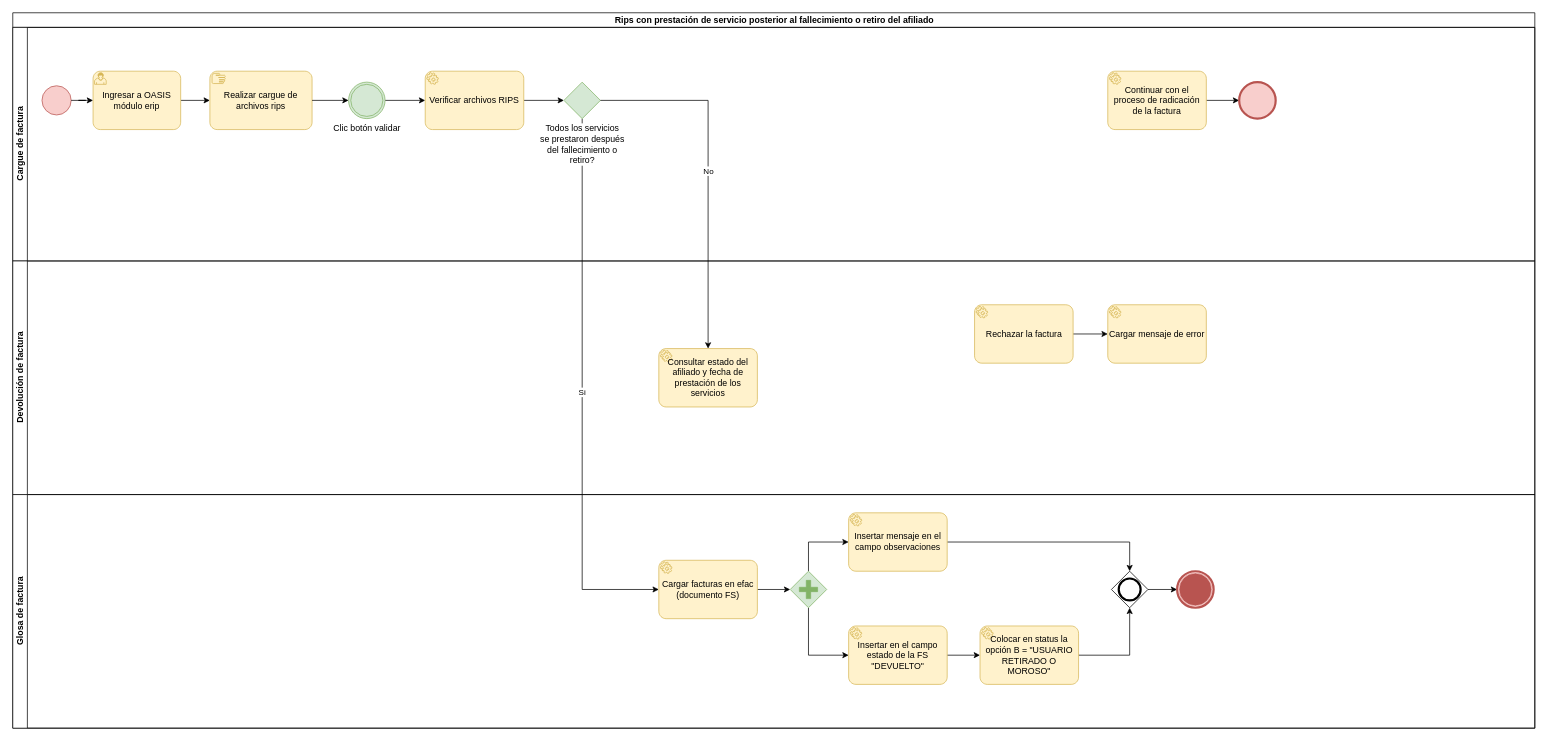
The draw.io diagram RIPS con fecha de prestación dentro de 3 años.drawio in kevinjporto/Diagramas-de-procesos, before the edit. Source tidied: cells renumbered, new cells numbered last; positions are measured from the earlier drawing's top-left corner, leaving out a move shared by most shapes. Both pictures are drawn from the tidied source at 73%, with x=0, y=0 at pixel (12, 12).
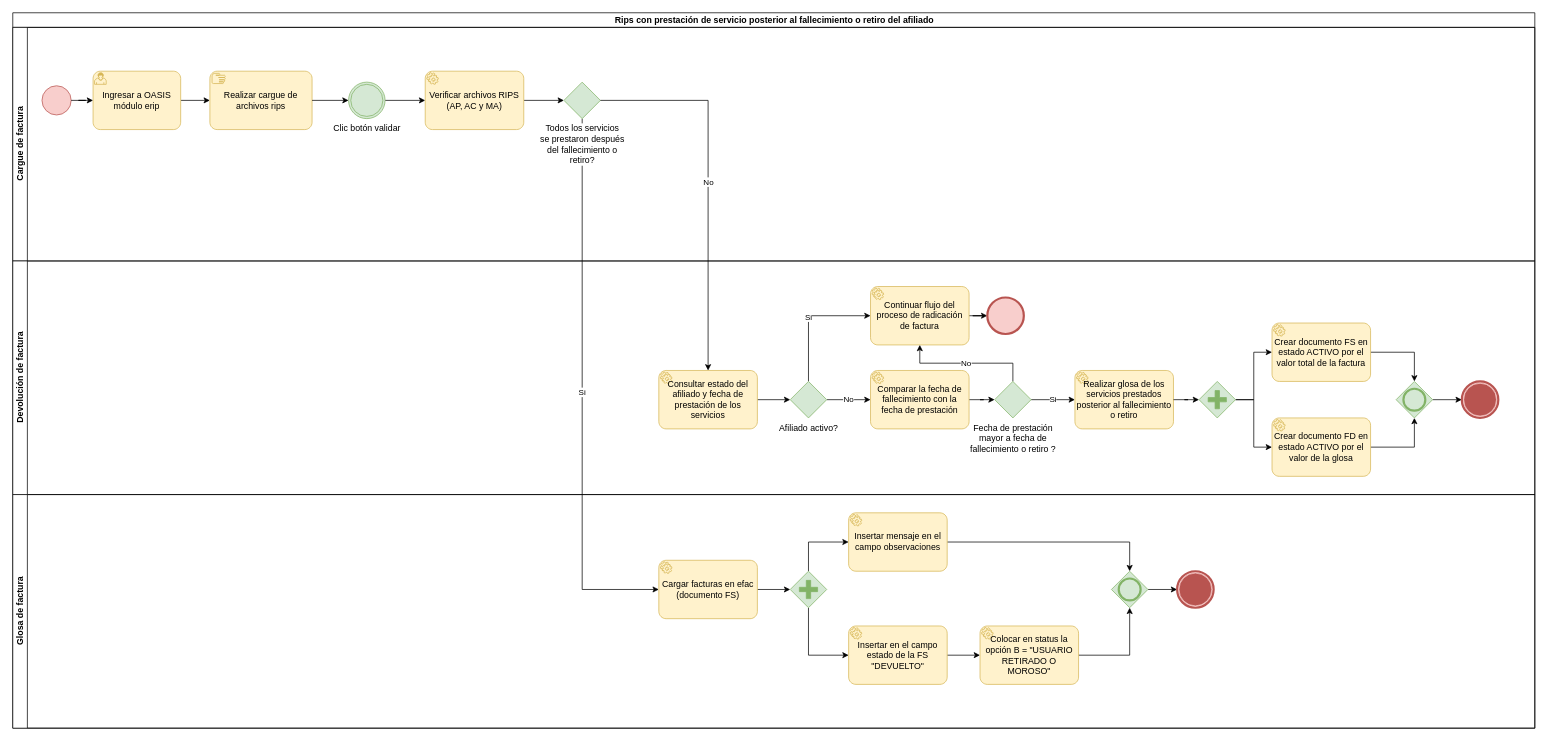
The same diagram, later.

The change refers to these unchanged cells:
```xml
<mxCell id="4" value="Cargue de factura" style="swimlane;startSize=20;horizontal=0;html=1;" parent="2" vertex="1">
  <mxGeometry y="20" width="2085" height="320" as="geometry" />
</mxCell>
<mxCell id="19" value="Devolución de factura" style="swimlane;startSize=20;horizontal=0;html=1;" parent="2" vertex="1">
  <mxGeometry y="340" width="2085" height="320" as="geometry" />
</mxCell>
<mxCell id="24" value="Glosa de factura" style="swimlane;startSize=20;horizontal=0;html=1;" parent="2" vertex="1">
  <mxGeometry y="660" width="2085" height="320" as="geometry" />
</mxCell>
```

Diff of the diagram source:
```diff
@@
-    <mxCell id="14" value="Verificar archivos RIPS" style="points=[[0.25,0,0],[0.5,0,0],[0.75,0,0],[1,0.25,0],[1,0.5,0],[1,0.75,0],[0.75,1,0],[0.5,1,0],[0.25,1,0],[0,0.75,0],[0,0.5,0],[0,0.25,0]];shape=mxgraph.bpmn.task;whiteSpace=wrap;rectStyle=rounded;size=10;html=1;taskMarker=service;fillColor=#fff2cc;strokeColor=#d6b656;" parent="4" vertex="1">
+    <mxCell id="14" value="Verificar archivos RIPS (AP, AC y MA)" style="points=[[0.25,0,0],[0.5,0,0],[0.75,0,0],[1,0.25,0],[1,0.5,0],[1,0.75,0],[0.75,1,0],[0.5,1,0],[0.25,1,0],[0,0.75,0],[0,0.5,0],[0,0.25,0]];shape=mxgraph.bpmn.task;whiteSpace=wrap;rectStyle=rounded;size=10;html=1;taskMarker=service;fillColor=#fff2cc;strokeColor=#d6b656;" parent="4" vertex="1">
       <mxGeometry x="565" y="60" width="135" height="80" as="geometry" />
     </mxCell>
-    <mxCell id="15" style="edgeStyle=orthogonalEdgeStyle;rounded=0;jettySize=auto;html=1;" parent="4" edge="1" source="16" target="17">
-      <mxGeometry relative="1" as="geometry" />
-    </mxCell>
-    <mxCell id="16" value="Continuar con el proceso de radicación de la factura" style="points=[[0.25,0,0],[0.5,0,0],[0.75,0,0],[1,0.25,0],[1,0.5,0],[1,0.75,0],[0.75,1,0],[0.5,1,0],[0.25,1,0],[0,0.75,0],[0,0.5,0],[0,0.25,0]];shape=mxgraph.bpmn.task;whiteSpace=wrap;rectStyle=rounded;size=10;html=1;taskMarker=service;fillColor=#fff2cc;strokeColor=#d6b656;" parent="4" vertex="1">
-      <mxGeometry x="1500" y="60" width="135" height="80" as="geometry" />
-    </mxCell>
-    <mxCell id="17" style="points=[[0.145,0.145,0],[0.5,0,0],[0.855,0.145,0],[1,0.5,0],[0.855,0.855,0],[0.5,1,0],[0.145,0.855,0],[0,0.5,0]];shape=mxgraph.bpmn.event;html=1;verticalLabelPosition=bottom;labelBackgroundColor=#ffffff;verticalAlign=top;align=center;perimeter=ellipsePerimeter;outlineConnect=0;outline=end;symbol=terminate2;fillColor=#f8cecc;strokeColor=#b85450;" parent="4" vertex="1">
-      <mxGeometry x="1680" y="75" width="50" height="50" as="geometry" />
-    </mxCell>
@@
-    <mxCell id="20" style="edgeStyle=orthogonalEdgeStyle;rounded=0;jettySize=auto;html=1;" parent="19" edge="1" source="21" target="22">
+    <mxCell id="20" style="edgeStyle=orthogonalEdgeStyle;rounded=0;jettySize=auto;html=1;" parent="19" edge="1" source="21" target="44">
       <mxGeometry relative="1" as="geometry" />
     </mxCell>
-    <mxCell id="21" value="Rechazar la factura" style="points=[[0.25,0,0],[0.5,0,0],[0.75,0,0],[1,0.25,0],[1,0.5,0],[1,0.75,0],[0.75,1,0],[0.5,1,0],[0.25,1,0],[0,0.75,0],[0,0.5,0],[0,0.25,0]];shape=mxgraph.bpmn.task;whiteSpace=wrap;rectStyle=rounded;size=10;html=1;taskMarker=service;fillColor=#fff2cc;strokeColor=#d6b656;" parent="19" vertex="1">
-      <mxGeometry x="1317.5" y="60" width="135" height="80" as="geometry" />
+    <mxCell id="21" value="Continuar flujo del proceso de radicación de factura" style="points=[[0.25,0,0],[0.5,0,0],[0.75,0,0],[1,0.25,0],[1,0.5,0],[1,0.75,0],[0.75,1,0],[0.5,1,0],[0.25,1,0],[0,0.75,0],[0,0.5,0],[0,0.25,0]];shape=mxgraph.bpmn.task;whiteSpace=wrap;rectStyle=rounded;size=10;html=1;taskMarker=service;fillColor=#fff2cc;strokeColor=#d6b656;" parent="19" vertex="1">
+      <mxGeometry x="1175" y="35" width="135" height="80" as="geometry" />
     </mxCell>
-    <mxCell id="22" value="Cargar mensaje de error" style="points=[[0.25,0,0],[0.5,0,0],[0.75,0,0],[1,0.25,0],[1,0.5,0],[1,0.75,0],[0.75,1,0],[0.5,1,0],[0.25,1,0],[0,0.75,0],[0,0.5,0],[0,0.25,0]];shape=mxgraph.bpmn.task;whiteSpace=wrap;rectStyle=rounded;size=10;html=1;taskMarker=service;fillColor=#fff2cc;strokeColor=#d6b656;" parent="19" vertex="1">
-      <mxGeometry x="1500" y="60" width="135" height="80" as="geometry" />
-    </mxCell>
+    <mxCell id="40" style="edgeStyle=orthogonalEdgeStyle;rounded=0;jettySize=auto;html=1;" parent="19" edge="1" source="23" target="43">
+      <mxGeometry relative="1" as="geometry" />
+    </mxCell>
     <mxCell id="23" value="Consultar estado del afiliado y fecha de prestación de los servicios" style="points=[[0.25,0,0],[0.5,0,0],[0.75,0,0],[1,0.25,0],[1,0.5,0],[1,0.75,0],[0.75,1,0],[0.5,1,0],[0.25,1,0],[0,0.75,0],[0,0.5,0],[0,0.25,0]];shape=mxgraph.bpmn.task;whiteSpace=wrap;rectStyle=rounded;size=10;html=1;taskMarker=service;fillColor=#fff2cc;strokeColor=#d6b656;" parent="19" vertex="1">
-      <mxGeometry x="885" y="120" width="135" height="80" as="geometry" />
+      <mxGeometry x="885" y="150" width="135" height="80" as="geometry" />
     </mxCell>
+    <mxCell id="41" value="Si" style="edgeStyle=orthogonalEdgeStyle;rounded=0;jettySize=auto;html=1;entryX=0;entryY=0.5;entryDx=0;entryDy=0;entryPerimeter=0;" parent="19" edge="1" source="43" target="21">
+      <mxGeometry relative="1" as="geometry">
+        <Array as="points">
+          <mxPoint x="1090" y="75" />
+        </Array>
+      </mxGeometry>
+    </mxCell>
+    <mxCell id="42" value="No" style="edgeStyle=orthogonalEdgeStyle;rounded=0;jettySize=auto;html=1;entryX=0;entryY=0.5;entryDx=0;entryDy=0;entryPerimeter=0;" parent="19" edge="1" source="43" target="46">
+      <mxGeometry relative="1" as="geometry" />
+    </mxCell>
+    <mxCell id="43" value="Afiliado activo?" style="points=[[0.25,0.25,0],[0.5,0,0],[0.75,0.25,0],[1,0.5,0],[0.75,0.75,0],[0.5,1,0],[0.25,0.75,0],[0,0.5,0]];shape=mxgraph.bpmn.gateway2;html=1;verticalLabelPosition=bottom;labelBackgroundColor=#ffffff;verticalAlign=top;align=center;perimeter=rhombusPerimeter;outlineConnect=0;outline=none;symbol=none;fillColor=#d5e8d4;strokeColor=#82b366;" parent="19" vertex="1">
+      <mxGeometry x="1065" y="165" width="50" height="50" as="geometry" />
+    </mxCell>
+    <mxCell id="44" style="points=[[0.145,0.145,0],[0.5,0,0],[0.855,0.145,0],[1,0.5,0],[0.855,0.855,0],[0.5,1,0],[0.145,0.855,0],[0,0.5,0]];shape=mxgraph.bpmn.event;html=1;verticalLabelPosition=bottom;labelBackgroundColor=#ffffff;verticalAlign=top;align=center;perimeter=ellipsePerimeter;outlineConnect=0;outline=end;symbol=terminate2;fillColor=#f8cecc;strokeColor=#b85450;" parent="19" vertex="1">
+      <mxGeometry x="1335" y="50" width="50" height="50" as="geometry" />
+    </mxCell>
+    <mxCell id="45" style="edgeStyle=orthogonalEdgeStyle;rounded=0;jettySize=auto;html=1;entryX=0;entryY=0.5;entryDx=0;entryDy=0;entryPerimeter=0;" parent="19" edge="1" source="46" target="49">
+      <mxGeometry relative="1" as="geometry" />
+    </mxCell>
+    <mxCell id="46" value="Comparar la fecha de fallecimiento con la fecha de prestación" style="points=[[0.25,0,0],[0.5,0,0],[0.75,0,0],[1,0.25,0],[1,0.5,0],[1,0.75,0],[0.75,1,0],[0.5,1,0],[0.25,1,0],[0,0.75,0],[0,0.5,0],[0,0.25,0]];shape=mxgraph.bpmn.task;whiteSpace=wrap;rectStyle=rounded;size=10;html=1;taskMarker=service;fillColor=#fff2cc;strokeColor=#d6b656;" parent="19" vertex="1">
+      <mxGeometry x="1175" y="150" width="135" height="80" as="geometry" />
+    </mxCell>
+    <mxCell id="47" value="Si" style="edgeStyle=orthogonalEdgeStyle;rounded=0;jettySize=auto;html=1;" parent="19" edge="1" source="49" target="50">
+      <mxGeometry relative="1" as="geometry" />
+    </mxCell>
+    <mxCell id="48" value="No" style="edgeStyle=orthogonalEdgeStyle;rounded=0;jettySize=auto;html=1;entryX=0.5;entryY=1;entryDx=0;entryDy=0;entryPerimeter=0;" parent="19" edge="1" source="49" target="21">
+      <mxGeometry relative="1" as="geometry">
+        <Array as="points">
+          <mxPoint x="1370" y="140" />
+          <mxPoint x="1243" y="140" />
+        </Array>
+      </mxGeometry>
+    </mxCell>
+    <mxCell id="49" value="Fecha de prestación&lt;br&gt;mayor a fecha de&lt;br&gt;fallecimiento o retiro ?" style="points=[[0.25,0.25,0],[0.5,0,0],[0.75,0.25,0],[1,0.5,0],[0.75,0.75,0],[0.5,1,0],[0.25,0.75,0],[0,0.5,0]];shape=mxgraph.bpmn.gateway2;html=1;verticalLabelPosition=bottom;labelBackgroundColor=#ffffff;verticalAlign=top;align=center;perimeter=rhombusPerimeter;outlineConnect=0;outline=none;symbol=none;fillColor=#d5e8d4;strokeColor=#82b366;" parent="19" vertex="1">
+      <mxGeometry x="1345" y="165" width="50" height="50" as="geometry" />
+    </mxCell>
+    <mxCell id="50" value="Realizar glosa de los servicios prestados posterior al fallecimiento o retiro" style="points=[[0.25,0,0],[0.5,0,0],[0.75,0,0],[1,0.25,0],[1,0.5,0],[1,0.75,0],[0.75,1,0],[0.5,1,0],[0.25,1,0],[0,0.75,0],[0,0.5,0],[0,0.25,0]];shape=mxgraph.bpmn.task;whiteSpace=wrap;rectStyle=rounded;size=10;html=1;taskMarker=service;fillColor=#fff2cc;strokeColor=#d6b656;" parent="19" vertex="1">
+      <mxGeometry x="1455" y="150" width="135" height="80" as="geometry" />
+    </mxCell>
+    <mxCell id="51" style="edgeStyle=orthogonalEdgeStyle;rounded=0;jettySize=auto;html=1;entryX=0.5;entryY=0;entryDx=0;entryDy=0;entryPerimeter=0;" parent="19" edge="1" source="52" target="60">
+      <mxGeometry relative="1" as="geometry" />
+    </mxCell>
+    <mxCell id="52" value="Crear documento FS en estado ACTIVO por el valor total de la factura" style="points=[[0.25,0,0],[0.5,0,0],[0.75,0,0],[1,0.25,0],[1,0.5,0],[1,0.75,0],[0.75,1,0],[0.5,1,0],[0.25,1,0],[0,0.75,0],[0,0.5,0],[0,0.25,0]];shape=mxgraph.bpmn.task;whiteSpace=wrap;rectStyle=rounded;size=10;html=1;taskMarker=service;fillColor=#fff2cc;strokeColor=#d6b656;" parent="19" vertex="1">
+      <mxGeometry x="1725" y="85" width="135" height="80" as="geometry" />
+    </mxCell>
+    <mxCell id="53" style="edgeStyle=orthogonalEdgeStyle;rounded=0;jettySize=auto;html=1;entryX=0;entryY=0.5;entryDx=0;entryDy=0;entryPerimeter=0;" parent="19" edge="1" source="55" target="52">
+      <mxGeometry relative="1" as="geometry" />
+    </mxCell>
+    <mxCell id="54" style="edgeStyle=orthogonalEdgeStyle;rounded=0;jettySize=auto;html=1;entryX=0;entryY=0.5;entryDx=0;entryDy=0;entryPerimeter=0;" parent="19" edge="1" source="55" target="58">
+      <mxGeometry relative="1" as="geometry" />
+    </mxCell>
+    <mxCell id="55" style="points=[[0.25,0.25,0],[0.5,0,0],[0.75,0.25,0],[1,0.5,0],[0.75,0.75,0],[0.5,1,0],[0.25,0.75,0],[0,0.5,0]];shape=mxgraph.bpmn.gateway2;html=1;verticalLabelPosition=bottom;labelBackgroundColor=#ffffff;verticalAlign=top;align=center;perimeter=rhombusPerimeter;outlineConnect=0;outline=none;symbol=none;gwType=parallel;fillColor=#d5e8d4;strokeColor=#82b366;" parent="19" vertex="1">
+      <mxGeometry x="1625" y="165" width="50" height="50" as="geometry" />
+    </mxCell>
+    <mxCell id="56" style="edgeStyle=orthogonalEdgeStyle;rounded=0;jettySize=auto;html=1;" parent="19" edge="1" source="50" target="55">
+      <mxGeometry relative="1" as="geometry" />
+    </mxCell>
+    <mxCell id="57" style="edgeStyle=orthogonalEdgeStyle;rounded=0;jettySize=auto;html=1;entryX=0.5;entryY=1;entryDx=0;entryDy=0;entryPerimeter=0;" parent="19" edge="1" source="58" target="60">
+      <mxGeometry relative="1" as="geometry" />
+    </mxCell>
+    <mxCell id="58" value="Crear documento FD en estado ACTIVO por el valor de la glosa" style="points=[[0.25,0,0],[0.5,0,0],[0.75,0,0],[1,0.25,0],[1,0.5,0],[1,0.75,0],[0.75,1,0],[0.5,1,0],[0.25,1,0],[0,0.75,0],[0,0.5,0],[0,0.25,0]];shape=mxgraph.bpmn.task;whiteSpace=wrap;rectStyle=rounded;size=10;html=1;taskMarker=service;fillColor=#fff2cc;strokeColor=#d6b656;" parent="19" vertex="1">
+      <mxGeometry x="1725" y="215" width="135" height="80" as="geometry" />
+    </mxCell>
+    <mxCell id="59" style="edgeStyle=orthogonalEdgeStyle;rounded=0;jettySize=auto;html=1;" parent="19" edge="1" source="60" target="61">
+      <mxGeometry relative="1" as="geometry" />
+    </mxCell>
+    <mxCell id="60" style="points=[[0.25,0.25,0],[0.5,0,0],[0.75,0.25,0],[1,0.5,0],[0.75,0.75,0],[0.5,1,0],[0.25,0.75,0],[0,0.5,0]];shape=mxgraph.bpmn.gateway2;html=1;verticalLabelPosition=bottom;labelBackgroundColor=#ffffff;verticalAlign=top;align=center;perimeter=rhombusPerimeter;outlineConnect=0;outline=end;symbol=general;fillColor=#d5e8d4;strokeColor=#82b366;" parent="19" vertex="1">
+      <mxGeometry x="1895" y="165" width="50" height="50" as="geometry" />
+    </mxCell>
+    <mxCell id="61" style="points=[[0.145,0.145,0],[0.5,0,0],[0.855,0.145,0],[1,0.5,0],[0.855,0.855,0],[0.5,1,0],[0.145,0.855,0],[0,0.5,0]];shape=mxgraph.bpmn.event;html=1;verticalLabelPosition=bottom;labelBackgroundColor=#ffffff;verticalAlign=top;align=center;perimeter=ellipsePerimeter;outlineConnect=0;outline=end;symbol=terminate;fillColor=#f8cecc;strokeColor=#b85450;" parent="19" vertex="1">
+      <mxGeometry x="1985" y="165" width="50" height="50" as="geometry" />
+    </mxCell>
@@
-    <mxCell id="37" style="points=[[0.25,0.25,0],[0.5,0,0],[0.75,0.25,0],[1,0.5,0],[0.75,0.75,0],[0.5,1,0],[0.25,0.75,0],[0,0.5,0]];shape=mxgraph.bpmn.gateway2;html=1;verticalLabelPosition=bottom;labelBackgroundColor=#ffffff;verticalAlign=top;align=center;perimeter=rhombusPerimeter;outlineConnect=0;outline=end;symbol=general;" parent="24" vertex="1">
+    <mxCell id="37" style="points=[[0.25,0.25,0],[0.5,0,0],[0.75,0.25,0],[1,0.5,0],[0.75,0.75,0],[0.5,1,0],[0.25,0.75,0],[0,0.5,0]];shape=mxgraph.bpmn.gateway2;html=1;verticalLabelPosition=bottom;labelBackgroundColor=#ffffff;verticalAlign=top;align=center;perimeter=rhombusPerimeter;outlineConnect=0;outline=end;symbol=general;fillColor=#d5e8d4;strokeColor=#82b366;" parent="24" vertex="1">
       <mxGeometry x="1505" y="105" width="50" height="50" as="geometry" />
     </mxCell>
```
